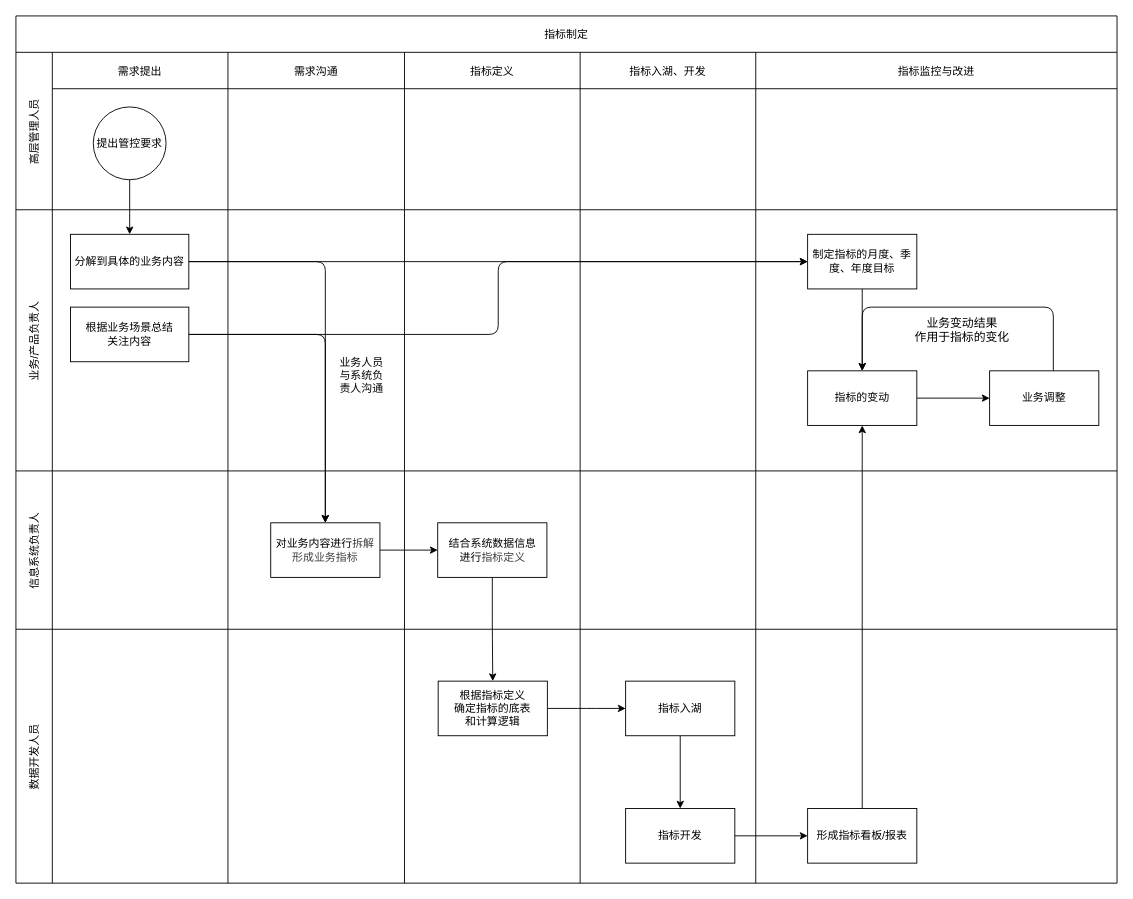
This is page "指标制定流程" (1 of 3) of 指标制定流程.drawio from fxfng/hello-world, a draw.io file, before an edit. Source tidied: cells renumbered, new cells numbered last; positions are measured from the earlier drawing's top-left corner, leaving out a move shared by most shapes. Both pictures are drawn from the tidied source at 91%, with x=0, y=0 at pixel (15, 15).
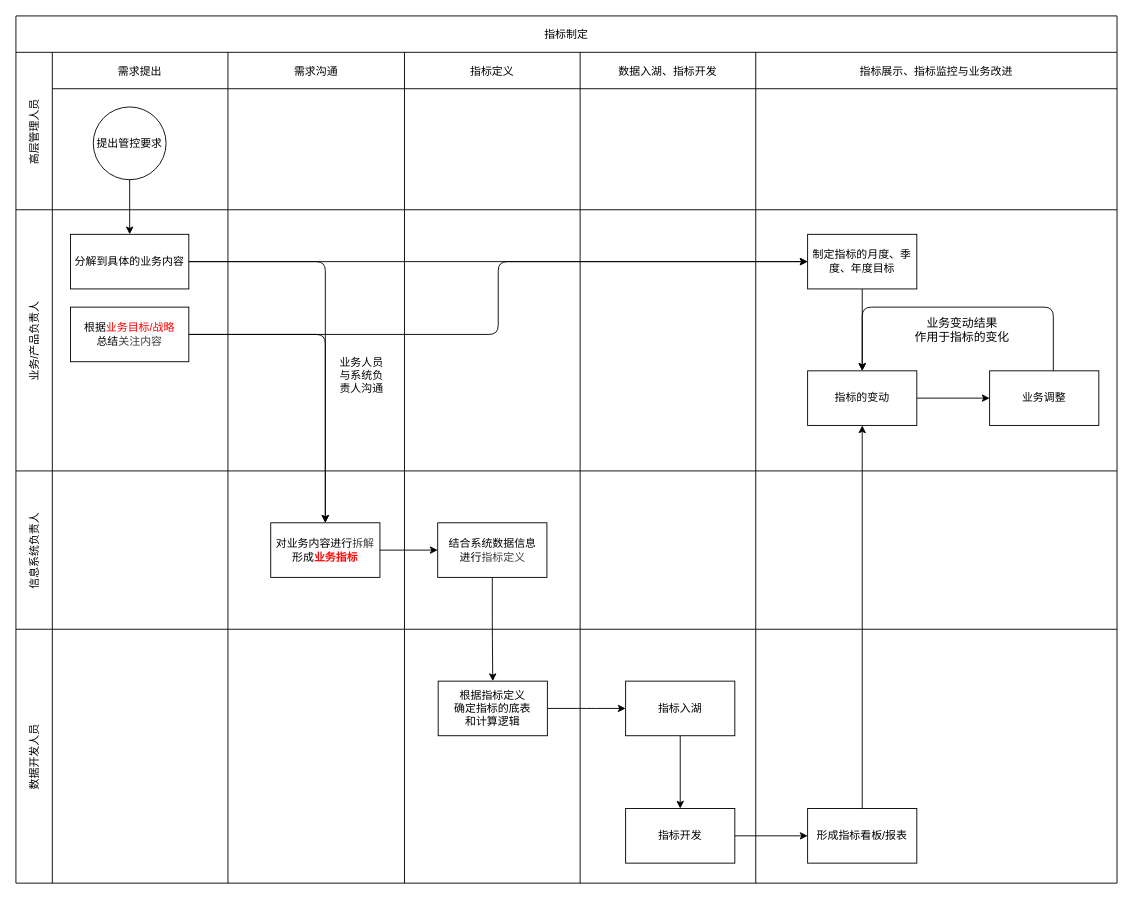
Above is the later version.

The change refers to these unchanged cells:
```xml
<mxCell id="3" value="高层管理人员" style="shape=tableRow;horizontal=0;swimlaneHead=0;swimlaneBody=0;top=0;left=0;strokeColor=inherit;bottom=0;right=0;fontStyle=0;fillColor=none;startSize=40;" parent="2" vertex="1">
  <mxGeometry y="40" width="1210" height="173" as="geometry" />
</mxCell>
<mxCell id="11" style="swimlane;swimlaneHead=0;swimlaneBody=0;fontStyle=0;strokeColor=inherit;fillColor=none;startSize=0;" parent="10" vertex="1">
  <mxGeometry x="40" width="193" height="287" as="geometry" />
</mxCell>
<mxCell id="30" style="swimlane;swimlaneHead=0;swimlaneBody=0;fontStyle=0;strokeColor=inherit;fillColor=none;startSize=0;" parent="28" vertex="1">
  <mxGeometry x="233" width="194" height="174" as="geometry" />
</mxCell>
```

The edit, as a diff of the source:
```diff
@@
-    <mxCell id="8" value="指标入湖、开发" style="swimlane;swimlaneHead=0;swimlaneBody=0;fontStyle=0;strokeColor=inherit;fillColor=none;startSize=40;" parent="3" vertex="1">
+    <mxCell id="8" value="数据入湖、指标开发" style="swimlane;swimlaneHead=0;swimlaneBody=0;fontStyle=0;strokeColor=inherit;fillColor=none;startSize=40;" parent="3" vertex="1">
       <mxGeometry x="620" width="193" height="173" as="geometry" />
     </mxCell>
-    <mxCell id="9" value="指标监控与改进" style="swimlane;swimlaneHead=0;swimlaneBody=0;fontStyle=0;strokeColor=inherit;fillColor=none;startSize=40;" parent="3" vertex="1">
+    <mxCell id="9" value="指标展示、指标监控与业务改进" style="swimlane;swimlaneHead=0;swimlaneBody=0;fontStyle=0;strokeColor=inherit;fillColor=none;startSize=40;" parent="3" vertex="1">
       <mxGeometry x="813" width="397" height="173" as="geometry" />
     </mxCell>
@@
-    <mxCell id="13" value="根据业务场景总结&lt;div&gt;关注内容&lt;/div&gt;" style="rounded=0;whiteSpace=wrap;html=1;" parent="11" vertex="1">
+    <mxCell id="13" value="根据&lt;font style=&quot;color: rgb(255, 0, 0);&quot;&gt;业务目标/战略&lt;/font&gt;&lt;div&gt;总结&lt;span style=&quot;color: rgb(63, 63, 63); background-color: transparent;&quot;&gt;关注内容&lt;/span&gt;&lt;/div&gt;" style="rounded=0;whiteSpace=wrap;html=1;" parent="11" vertex="1">
       <mxGeometry x="20" y="107" width="130" height="60" as="geometry" />
     </mxCell>
@@
-    <mxCell id="31" value="对业务内容进行&lt;span style=&quot;color: rgb(63, 63, 63); background-color: transparent;&quot;&gt;拆解&lt;/span&gt;&lt;div&gt;&lt;span style=&quot;color: rgb(63, 63, 63); background-color: transparent;&quot;&gt;形成业务指标&lt;/span&gt;&lt;/div&gt;" style="rounded=0;whiteSpace=wrap;html=1;" parent="30" vertex="1">
+    <mxCell id="31" value="对业务内容进行&lt;span style=&quot;color: rgb(63, 63, 63); background-color: transparent;&quot;&gt;拆解&lt;/span&gt;&lt;div&gt;&lt;span style=&quot;background-color: transparent;&quot;&gt;&lt;font style=&quot;color: light-dark(rgb(0, 0, 0), rgb(183, 183, 183));&quot;&gt;形成&lt;/font&gt;&lt;b style=&quot;&quot;&gt;&lt;font style=&quot;color: light-dark(rgb(253, 8, 8), rgb(183, 183, 183));&quot;&gt;业务指标&lt;/font&gt;&lt;/b&gt;&lt;/span&gt;&lt;/div&gt;" style="rounded=0;whiteSpace=wrap;html=1;" parent="30" vertex="1">
       <mxGeometry x="47" y="57" width="120" height="60" as="geometry" />
     </mxCell>
```
